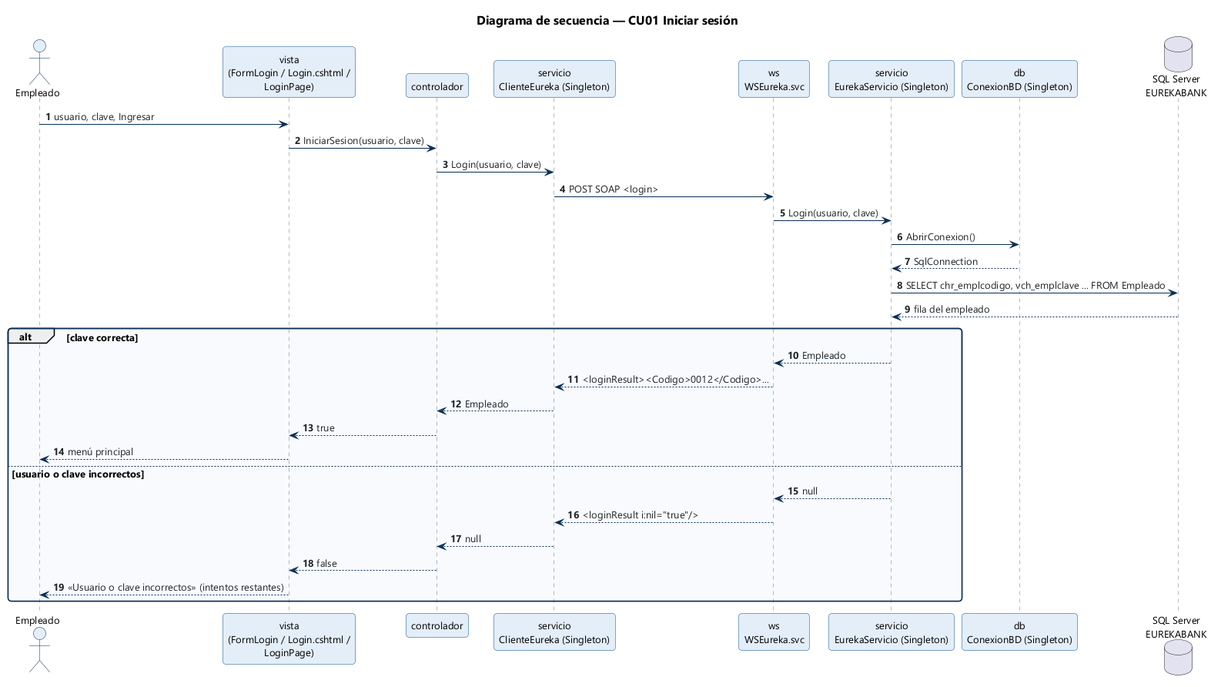
This is 01. UML/03. DIAGRAMAS/03_SECUENCIA/DS_Ingresar_Sistema.png from jsmasapanta/T2.1.2-PAO202651_SOAP_DOTNET_BDD_NRC36884_GR01, a PlantUML export, as it was before one commit.
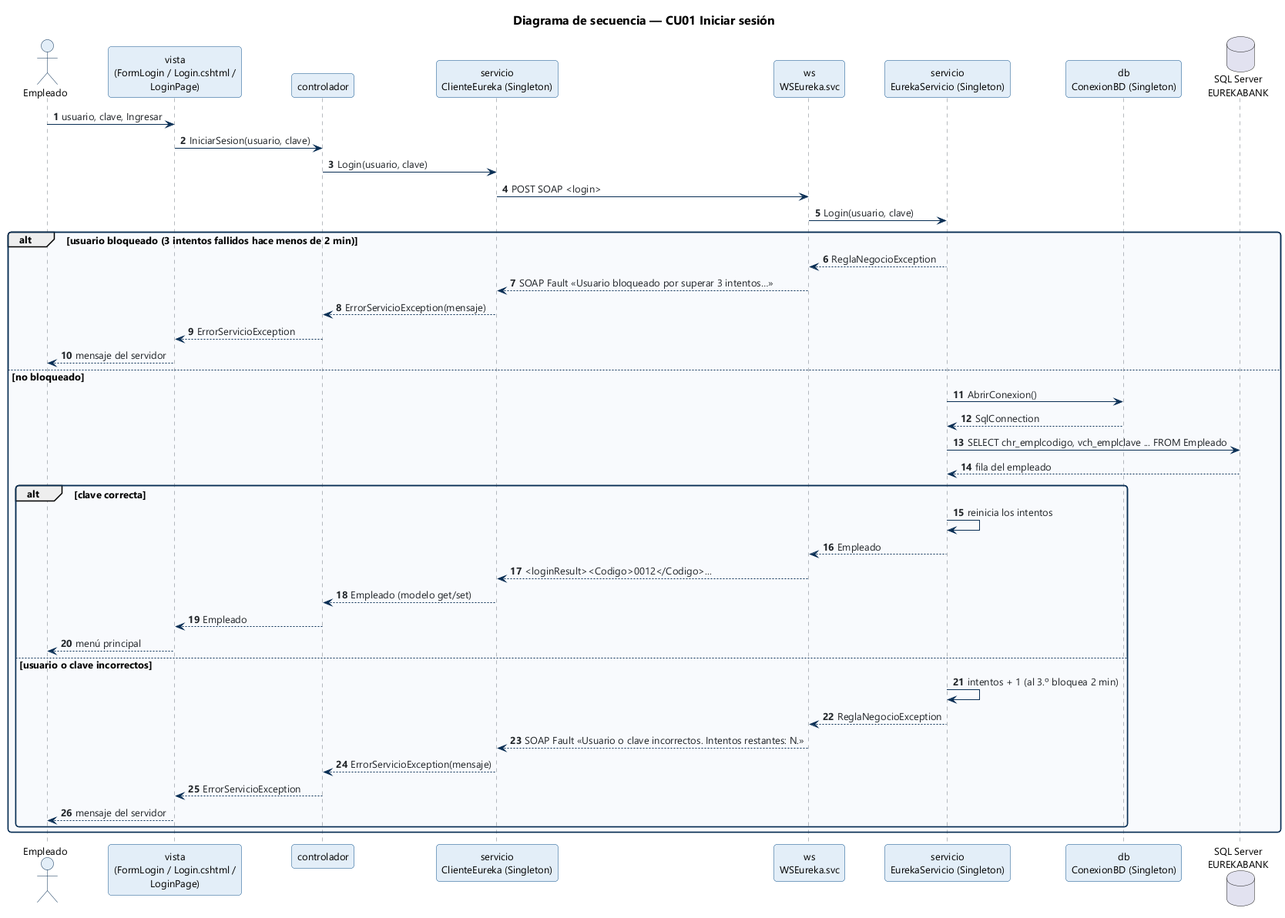
Above is the later version.

What changed in the source:
```diff
@@ -17,21 +17,31 @@
 Ctrl -> Proxy : Login(usuario, clave)
 Proxy -> WS : POST SOAP <login>
 WS -> Neg : Login(usuario, clave)
-Neg -> BD : AbrirConexion()
-BD --> Neg : SqlConnection
-Neg -> SQL : SELECT chr_emplcodigo, vch_emplclave ... FROM Empleado
-SQL --> Neg : fila del empleado
-alt clave correcta
-  Neg --> WS : Empleado
-  WS --> Proxy : <loginResult><Codigo>0012</Codigo>...
-  Proxy --> Ctrl : Empleado
-  Ctrl --> Vista : true
-  Vista --> Empleado : menú principal
-else usuario o clave incorrectos
-  Neg --> WS : null
-  WS --> Proxy : <loginResult i:nil="true"/>
-  Proxy --> Ctrl : null
-  Ctrl --> Vista : false
-  Vista --> Empleado : «Usuario o clave incorrectos» (intentos restantes)
+alt usuario bloqueado (3 intentos fallidos hace menos de 2 min)
+  Neg --> WS : ReglaNegocioException
+  WS --> Proxy : SOAP Fault «Usuario bloqueado por superar 3 intentos…»
+  Proxy --> Ctrl : ErrorServicioException(mensaje)
+  Ctrl --> Vista : ErrorServicioException
+  Vista --> Empleado : mensaje del servidor
+else no bloqueado
+  Neg -> BD : AbrirConexion()
+  BD --> Neg : SqlConnection
+  Neg -> SQL : SELECT chr_emplcodigo, vch_emplclave ... FROM Empleado
+  SQL --> Neg : fila del empleado
+  alt clave correcta
+    Neg -> Neg : reinicia los intentos
+    Neg --> WS : Empleado
+    WS --> Proxy : <loginResult><Codigo>0012</Codigo>...
+    Proxy --> Ctrl : Empleado (modelo get/set)
+    Ctrl --> Vista : Empleado
+    Vista --> Empleado : menú principal
+  else usuario o clave incorrectos
+    Neg -> Neg : intentos + 1 (al 3.º bloquea 2 min)
+    Neg --> WS : ReglaNegocioException
+    WS --> Proxy : SOAP Fault «Usuario o clave incorrectos. Intentos restantes: N.»
+    Proxy --> Ctrl : ErrorServicioException(mensaje)
+    Ctrl --> Vista : ErrorServicioException
+    Vista --> Empleado : mensaje del servidor
+  end
 end
 @enduml
```
